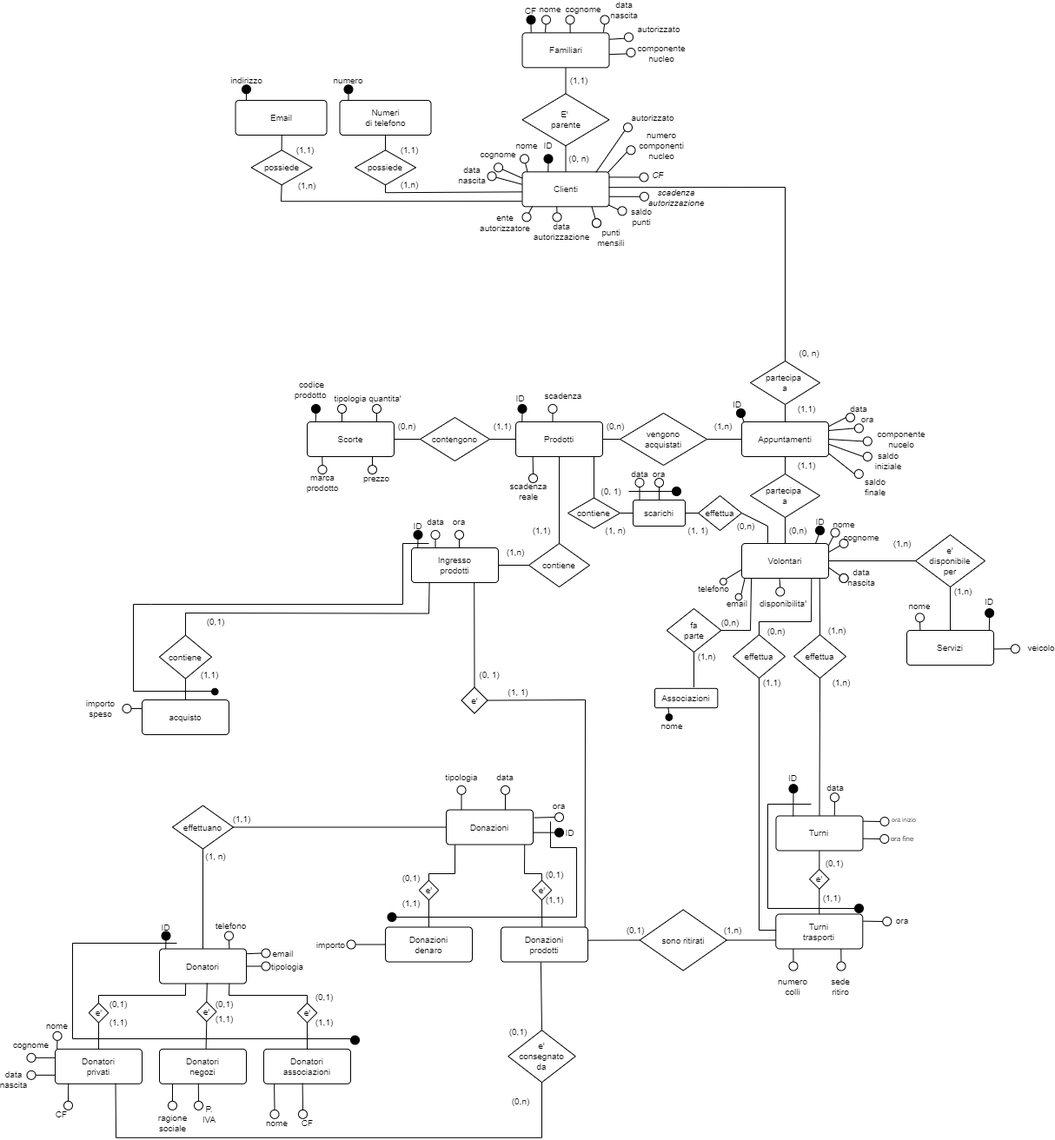
Before: parte_1/deliverable/media/social_market_v2_ristrutturato.drawio.png, a diagram exported from draw.io (ChristianParodi/progetto-BDD). Source tidied: cells renumbered, new cells last; positions are measured from the earlier drawing's top-left corner, leaving out a move shared by most shapes.
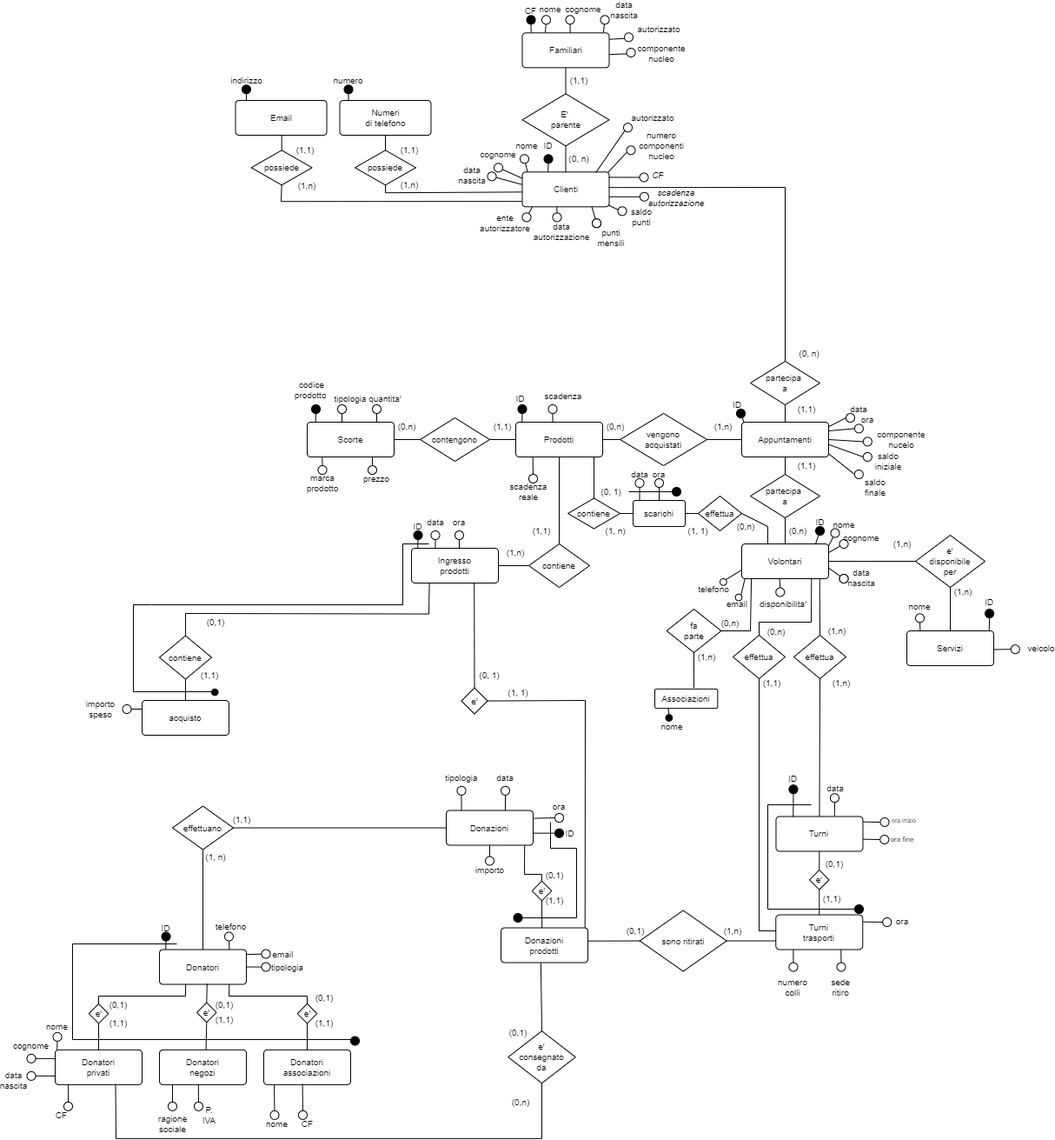
The same diagram one commit later.

What changed in the source:
```diff
@@ -159,11 +159,11 @@
     <mxCell id="48" style="endArrow=none;html=1;rounded=0;entryX=0;entryY=0.5;entryDx=0;entryDy=0;exitX=1;exitY=0.5;exitDx=0;exitDy=0;fontSize=10;" parent="1" edge="1" source="46" target="24">
       <mxGeometry relative="1" as="geometry" />
     </mxCell>
-    <mxCell id="49" style="endArrow=none;html=1;rounded=0;entryX=1;entryY=0.5;entryDx=0;entryDy=0;exitX=0;exitY=0.5;exitDx=0;exitDy=0;fontSize=10;" parent="1" edge="1" source="278" target="50">
+    <mxCell id="49" style="endArrow=none;html=1;rounded=0;entryX=0.5;entryY=0;entryDx=0;entryDy=0;exitX=0.5;exitY=1;exitDx=0;exitDy=0;fontSize=10;" parent="1" edge="1" source="24" target="50">
       <mxGeometry relative="1" as="geometry" />
     </mxCell>
     <mxCell id="50" style="ellipse;whiteSpace=wrap;html=1;fontSize=10;" parent="1" vertex="1">
-      <mxGeometry x="395.6" y="1076.5" width="10" height="10" as="geometry" />
+      <mxGeometry x="555" y="979.5" width="10" height="10" as="geometry" />
     </mxCell>
     <mxCell id="51" value="e'&lt;br style=&quot;font-size: 10px;&quot;&gt;disponibile&lt;br style=&quot;font-size: 10px;&quot;&gt;per" style="shape=rhombus;perimeter=rhombusPerimeter;whiteSpace=wrap;html=1;align=center;fontSize=10;" parent="1" vertex="1">
       <mxGeometry x="1050" y="610" width="80" height="60" as="geometry" />
@@ -912,9 +912,6 @@
     <mxCell id="277" value="Donazioni&lt;br style=&quot;font-size: 10px;&quot;&gt;prodotti" style="rounded=1;arcSize=10;whiteSpace=wrap;html=1;align=center;fontSize=10;" parent="1" vertex="1">
       <mxGeometry x="573" y="1061.5" width="100" height="40" as="geometry" />
     </mxCell>
-    <mxCell id="278" value="Donazioni&lt;br style=&quot;font-size: 10px;&quot;&gt;denaro" style="rounded=1;arcSize=10;whiteSpace=wrap;html=1;align=center;fontSize=10;" parent="1" vertex="1">
-      <mxGeometry x="440" y="1061.5" width="100" height="40" as="geometry" />
-    </mxCell>
     <mxCell id="279" style="endArrow=none;html=1;rounded=0;entryX=1.003;entryY=0.379;entryDx=0;entryDy=0;entryPerimeter=0;fontSize=10;exitX=0;exitY=0.5;exitDx=0;exitDy=0;" parent="1" edge="1" source="45" target="277">
       <mxGeometry relative="1" as="geometry" />
     </mxCell>
@@ -1230,17 +1227,9 @@
     <mxCell id="363" style="ellipse;whiteSpace=wrap;html=1;labelBackgroundColor=none;fillColor=#000000;fontSize=10;" parent="1" vertex="1">
       <mxGeometry x="400" y="1186.5" width="10" height="10" as="geometry" />
     </mxCell>
-    <mxCell id="364" value="e'" style="shape=rhombus;perimeter=rhombusPerimeter;whiteSpace=wrap;html=1;align=center;fontSize=10;" parent="1" vertex="1">
-      <mxGeometry x="478.8" y="1007.7" width="22.5" height="22.7" as="geometry" />
-    </mxCell>
     <mxCell id="365" value="e'" style="shape=rhombus;perimeter=rhombusPerimeter;whiteSpace=wrap;html=1;align=center;fontSize=10;" parent="1" vertex="1">
       <mxGeometry x="608.8" y="1007.7" width="22.5" height="22.7" as="geometry" />
     </mxCell>
-    <mxCell id="366" style="endArrow=none;html=1;rounded=0;exitX=0.5;exitY=0;exitDx=0;exitDy=0;fontSize=10;" parent="1" edge="1" source="364">
-      <mxGeometry relative="1" as="geometry">
-        <mxPoint x="490" y="1000" as="targetPoint" />
-      </mxGeometry>
-    </mxCell>
     <mxCell id="367" style="endArrow=none;html=1;rounded=0;exitX=0.5;exitY=0;exitDx=0;exitDy=0;fontSize=10;" parent="1" edge="1">
       <mxGeometry relative="1" as="geometry">
         <mxPoint x="619.9" y="1007.7" as="sourcePoint" />
@@ -1250,23 +1239,9 @@
         </Array>
       </mxGeometry>
     </mxCell>
-    <mxCell id="368" style="endArrow=none;html=1;rounded=0;entryX=0.5;entryY=1;entryDx=0;entryDy=0;exitX=0.5;exitY=0;exitDx=0;exitDy=0;fontSize=10;" parent="1" edge="1" source="278" target="364">
-      <mxGeometry relative="1" as="geometry" />
-    </mxCell>
     <mxCell id="369" style="endArrow=none;html=1;rounded=0;entryX=0.5;entryY=1;entryDx=0;entryDy=0;exitX=0.472;exitY=-0.003;exitDx=0;exitDy=0;exitPerimeter=0;fontSize=10;" parent="1" edge="1" source="277" target="365">
       <mxGeometry relative="1" as="geometry" />
     </mxCell>
-    <mxCell id="370" style="endArrow=none;html=1;rounded=0;fontSize=10;" parent="1" edge="1">
-      <mxGeometry relative="1" as="geometry">
-        <mxPoint x="490" y="1000" as="sourcePoint" />
-        <mxPoint x="520" y="1000" as="targetPoint" />
-      </mxGeometry>
-    </mxCell>
-    <mxCell id="371" style="endArrow=none;html=1;rounded=0;entryX=0.101;entryY=1.006;entryDx=0;entryDy=0;entryPerimeter=0;fontSize=10;" parent="1" edge="1" target="24">
-      <mxGeometry relative="1" as="geometry">
-        <mxPoint x="520" y="1000" as="sourcePoint" />
-      </mxGeometry>
-    </mxCell>
     <mxCell id="372" style="endArrow=none;html=1;rounded=0;fontSize=10;" parent="1" edge="1">
       <mxGeometry relative="1" as="geometry">
         <mxPoint x="600" y="1000" as="sourcePoint" />
@@ -1284,12 +1259,6 @@
     <mxCell id="375" value="(1,1)" style="text;html=1;strokeColor=none;fillColor=none;align=center;verticalAlign=middle;whiteSpace=wrap;rounded=0;fontSize=10;" parent="1" vertex="1">
       <mxGeometry x="620" y="1025" width="30" height="10" as="geometry" />
     </mxCell>
-    <mxCell id="376" value="(0,1)" style="text;html=1;strokeColor=none;fillColor=none;align=center;verticalAlign=middle;whiteSpace=wrap;rounded=0;fontSize=10;" parent="1" vertex="1">
-      <mxGeometry x="455" y="999.5" width="30" height="10" as="geometry" />
-    </mxCell>
-    <mxCell id="377" value="(1,1)" style="text;html=1;strokeColor=none;fillColor=none;align=center;verticalAlign=middle;whiteSpace=wrap;rounded=0;fontSize=10;" parent="1" vertex="1">
-      <mxGeometry x="455" y="1028.5" width="30" height="10" as="geometry" />
-    </mxCell>
     <mxCell id="378" style="endArrow=none;html=1;rounded=0;fontSize=10;" parent="1" edge="1">
       <mxGeometry relative="1" as="geometry">
         <mxPoint x="630" y="970" as="sourcePoint" />
@@ -1309,17 +1278,13 @@
       </mxGeometry>
     </mxCell>
     <mxCell id="381" value="importo" style="text;html=1;strokeColor=none;fillColor=none;align=center;verticalAlign=middle;whiteSpace=wrap;rounded=0;fontSize=10;" parent="1" vertex="1">
-      <mxGeometry x="365" y="1076.5" width="25" height="10" as="geometry" />
+      <mxGeometry x="547.5" y="989.5" width="25" height="10" as="geometry" />
     </mxCell>
-    <mxCell id="382" style="endArrow=none;html=1;rounded=0;fontSize=10;" parent="1" edge="1">
+    <mxCell id="382" style="endArrow=none;html=1;rounded=0;fontSize=10;startArrow=none;" parent="1" edge="1" source="383">
       <mxGeometry relative="1" as="geometry">
-        <mxPoint x="450" y="1050" as="sourcePoint" />
         <mxPoint x="660" y="1050" as="targetPoint" />
       </mxGeometry>
     </mxCell>
-    <mxCell id="383" style="ellipse;whiteSpace=wrap;html=1;labelBackgroundColor=none;fillColor=#000000;fontSize=10;" parent="1" vertex="1">
-      <mxGeometry x="442.5" y="1045" width="10" height="10" as="geometry" />
-    </mxCell>
     <mxCell id="384" style="endArrow=none;html=1;rounded=0;entryX=0.5;entryY=0;entryDx=0;entryDy=0;fontSize=10;" parent="1" edge="1" target="57">
       <mxGeometry relative="1" as="geometry">
         <mxPoint x="870" y="710" as="sourcePoint" />
@@ -1462,5 +1427,8 @@
     <mxCell id="420" value="disponibilita'" style="text;html=1;strokeColor=none;fillColor=none;align=center;verticalAlign=middle;whiteSpace=wrap;rounded=0;fontSize=10;" parent="1" vertex="1">
       <mxGeometry x="882.7" y="682.7" width="30" height="12.3" as="geometry" />
     </mxCell>
+    <mxCell id="383" style="ellipse;whiteSpace=wrap;html=1;labelBackgroundColor=none;fillColor=#000000;fontSize=10;" parent="1" vertex="1">
+      <mxGeometry x="587.5" y="1045" width="10" height="10" as="geometry" />
+    </mxCell>
   </root>
 </mxGraphModel>
```
